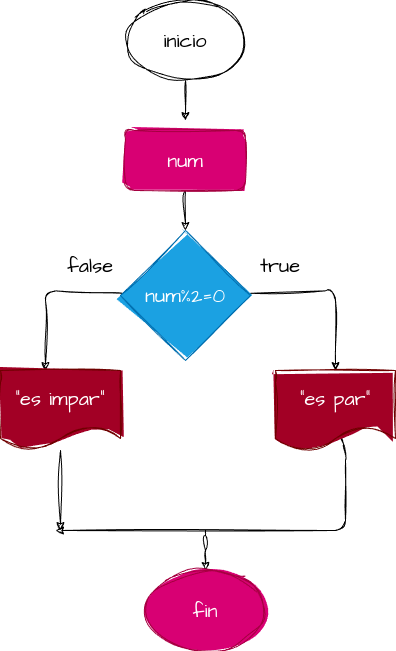
Before: diagrama.png, a diagram exported from draw.io (penguindavid/par_impar). Source tidied: cells renumbered, new cells last; positions are measured from the earlier drawing's top-left corner, leaving out a move shared by most shapes.
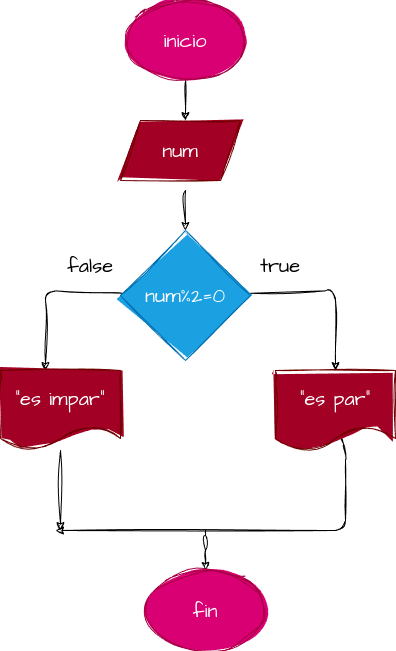
Later version of the same file.

Commit message:
se agrego archivo tipo 2

The edit, as a diff of the source:
```diff
@@ -7,17 +7,15 @@
         <mxPoint x="185" y="120" as="targetPoint" />
       </mxGeometry>
     </mxCell>
-    <mxCell id="3" value="inicio" style="ellipse;whiteSpace=wrap;html=1;sketch=1;hachureGap=4;jiggle=2;curveFitting=1;fontFamily=Architects Daughter;fontSource=https%3A%2F%2Ffonts.googleapis.com%2Fcss%3Ffamily%3DArchitects%2BDaughter;fontSize=20;" parent="1" vertex="1">
+    <mxCell id="3" value="inicio" style="ellipse;whiteSpace=wrap;html=1;sketch=1;hachureGap=4;jiggle=2;curveFitting=1;fontFamily=Architects Daughter;fontSource=https%3A%2F%2Ffonts.googleapis.com%2Fcss%3Ffamily%3DArchitects%2BDaughter;fontSize=20;fillColor=#d80073;fontColor=#ffffff;strokeColor=#A50040;fillStyle=solid;" parent="1" vertex="1">
       <mxGeometry x="125" width="120" height="80" as="geometry" />
     </mxCell>
-    <mxCell id="4" style="edgeStyle=none;sketch=1;hachureGap=4;jiggle=2;curveFitting=1;html=1;fontFamily=Architects Daughter;fontSource=https%3A%2F%2Ffonts.googleapis.com%2Fcss%3Ffamily%3DArchitects%2BDaughter;fontSize=16;" parent="1" edge="1" source="5">
+    <mxCell id="4" style="edgeStyle=none;sketch=1;hachureGap=4;jiggle=2;curveFitting=1;html=1;fontFamily=Architects Daughter;fontSource=https%3A%2F%2Ffonts.googleapis.com%2Fcss%3Ffamily%3DArchitects%2BDaughter;fontSize=16;" parent="1" edge="1">
       <mxGeometry relative="1" as="geometry">
+        <mxPoint x="185" y="190" as="sourcePoint" />
         <mxPoint x="185" y="230" as="targetPoint" />
       </mxGeometry>
     </mxCell>
-    <mxCell id="5" value="num" style="rounded=1;whiteSpace=wrap;html=1;sketch=1;hachureGap=4;jiggle=2;curveFitting=1;fontFamily=Architects Daughter;fontSource=https%3A%2F%2Ffonts.googleapis.com%2Fcss%3Ffamily%3DArchitects%2BDaughter;fontSize=20;fillColor=#d80073;fontColor=#ffffff;strokeColor=#A50040;fillStyle=solid;" parent="1" vertex="1">
-      <mxGeometry x="125" y="130" width="120" height="60" as="geometry" />
-    </mxCell>
     <mxCell id="6" style="edgeStyle=none;sketch=1;hachureGap=4;jiggle=2;curveFitting=1;html=1;fontFamily=Architects Daughter;fontSource=https%3A%2F%2Ffonts.googleapis.com%2Fcss%3Ffamily%3DArchitects%2BDaughter;fontSize=16;" parent="1" edge="1" source="8">
       <mxGeometry relative="1" as="geometry">
         <mxPoint x="335" y="370" as="targetPoint" />
@@ -75,5 +73,8 @@
     <mxCell id="16" value="fin" style="ellipse;whiteSpace=wrap;html=1;sketch=1;hachureGap=4;jiggle=2;curveFitting=1;fontFamily=Architects Daughter;fontSource=https%3A%2F%2Ffonts.googleapis.com%2Fcss%3Ffamily%3DArchitects%2BDaughter;fontSize=20;fillColor=#d80073;fontColor=#ffffff;strokeColor=#A50040;fillStyle=solid;" parent="1" vertex="1">
       <mxGeometry x="145" y="570" width="120" height="80" as="geometry" />
     </mxCell>
+    <mxCell id="5" value="num" style="shape=parallelogram;perimeter=parallelogramPerimeter;whiteSpace=wrap;html=1;fixedSize=1;sketch=1;hachureGap=4;jiggle=2;fillStyle=solid;curveFitting=1;fontFamily=Architects Daughter;fontSource=https%3A%2F%2Ffonts.googleapis.com%2Fcss%3Ffamily%3DArchitects%2BDaughter;fontSize=20;fillColor=#a20025;fontColor=#ffffff;strokeColor=#6F0000;" parent="1" vertex="1">
+      <mxGeometry x="120" y="120" width="120" height="60" as="geometry" />
+    </mxCell>
   </root>
 </mxGraphModel>
```
